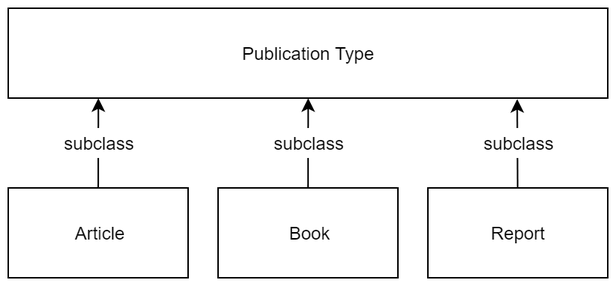
Above: docs/images/types.png in code-openness/Data (draw.io), before the change. Source tidied: cells renumbered, new cells last; positions are measured from the earlier drawing's top-left corner, leaving out a move shared by most shapes.
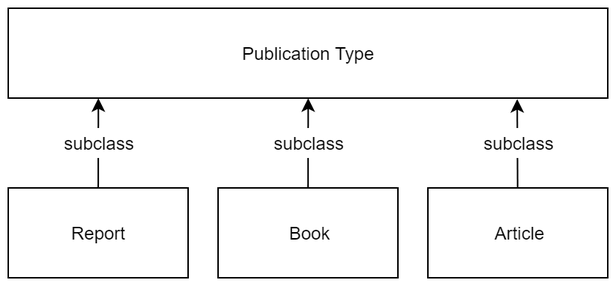
Above is the later version.

What changed in the source:
```diff
@@ -8,7 +8,7 @@
     <mxCell id="3" style="edgeStyle=none;rounded=0;jettySize=auto;html=1;entryX=0.15;entryY=1;entryDx=0;entryDy=0;entryPerimeter=0;fontSize=12;" parent="1" edge="1" source="4" target="2">
       <mxGeometry relative="1" as="geometry" />
     </mxCell>
-    <mxCell id="4" value="Article" style="rounded=0;whiteSpace=wrap;html=1;fillColor=#ffffff;fontSize=12;" parent="1" vertex="1">
+    <mxCell id="4" value="Report" style="rounded=0;whiteSpace=wrap;html=1;fillColor=#ffffff;fontSize=12;" parent="1" vertex="1">
       <mxGeometry y="120" width="120" height="60" as="geometry" />
     </mxCell>
     <mxCell id="5" style="edgeStyle=none;rounded=0;jettySize=auto;html=1;entryX=0.5;entryY=1;entryDx=0;entryDy=0;fontSize=12;" parent="1" edge="1" source="6" target="2">
@@ -20,7 +20,7 @@
     <mxCell id="7" style="edgeStyle=none;rounded=0;jettySize=auto;html=1;entryX=0.849;entryY=1.012;entryDx=0;entryDy=0;entryPerimeter=0;fontSize=12;" parent="1" edge="1" source="8" target="2">
       <mxGeometry relative="1" as="geometry" />
     </mxCell>
-    <mxCell id="8" value="Report" style="rounded=0;whiteSpace=wrap;html=1;fillColor=#ffffff;fontSize=12;" parent="1" vertex="1">
+    <mxCell id="8" value="Article" style="rounded=0;whiteSpace=wrap;html=1;fillColor=#ffffff;fontSize=12;" parent="1" vertex="1">
       <mxGeometry x="280" y="120" width="120" height="60" as="geometry" />
     </mxCell>
     <mxCell id="9" value="subclass" style="text;html=1;strokeColor=none;fillColor=#ffffff;align=center;verticalAlign=middle;whiteSpace=wrap;rounded=0;" parent="1" vertex="1">
```
